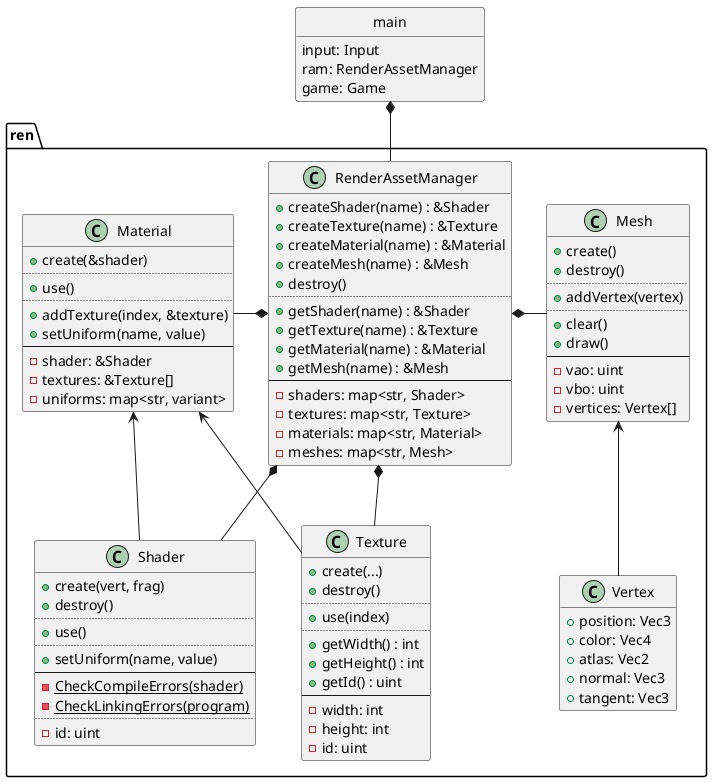
ba6er/marblemaze keeps this PlantUML diagram as design/assets.png. Above is the earlier version.
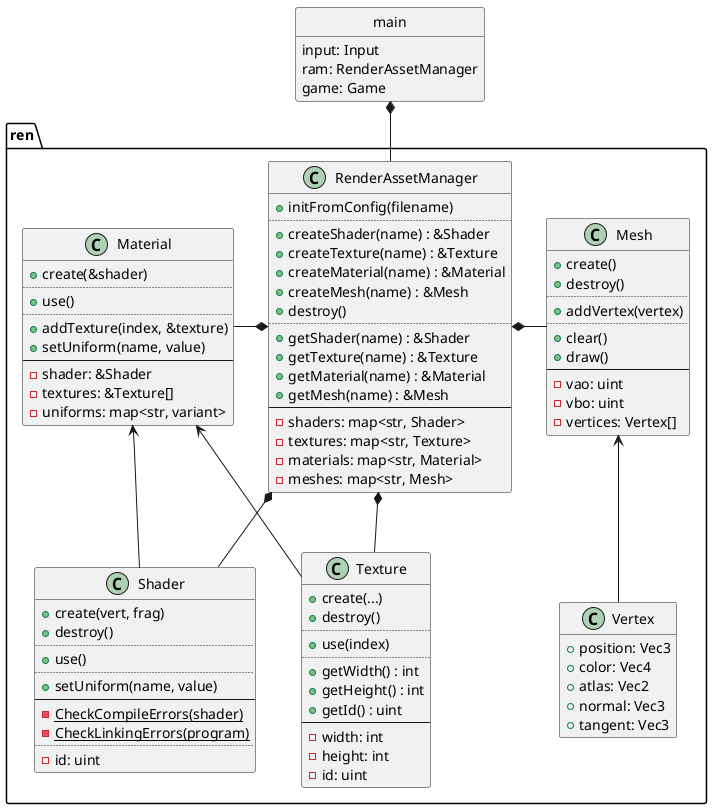
After the change.

Commit message:
Added initFromConfig to RAM

Change to the diagram source:
```diff
@@ -67,6 +67,8 @@
 }
 
 class ren::RenderAssetManager {
+	+initFromConfig(filename)
+	..
 	+createShader(name) : &Shader
 	+createTexture(name) : &Texture
 	+createMaterial(name) : &Material
```
